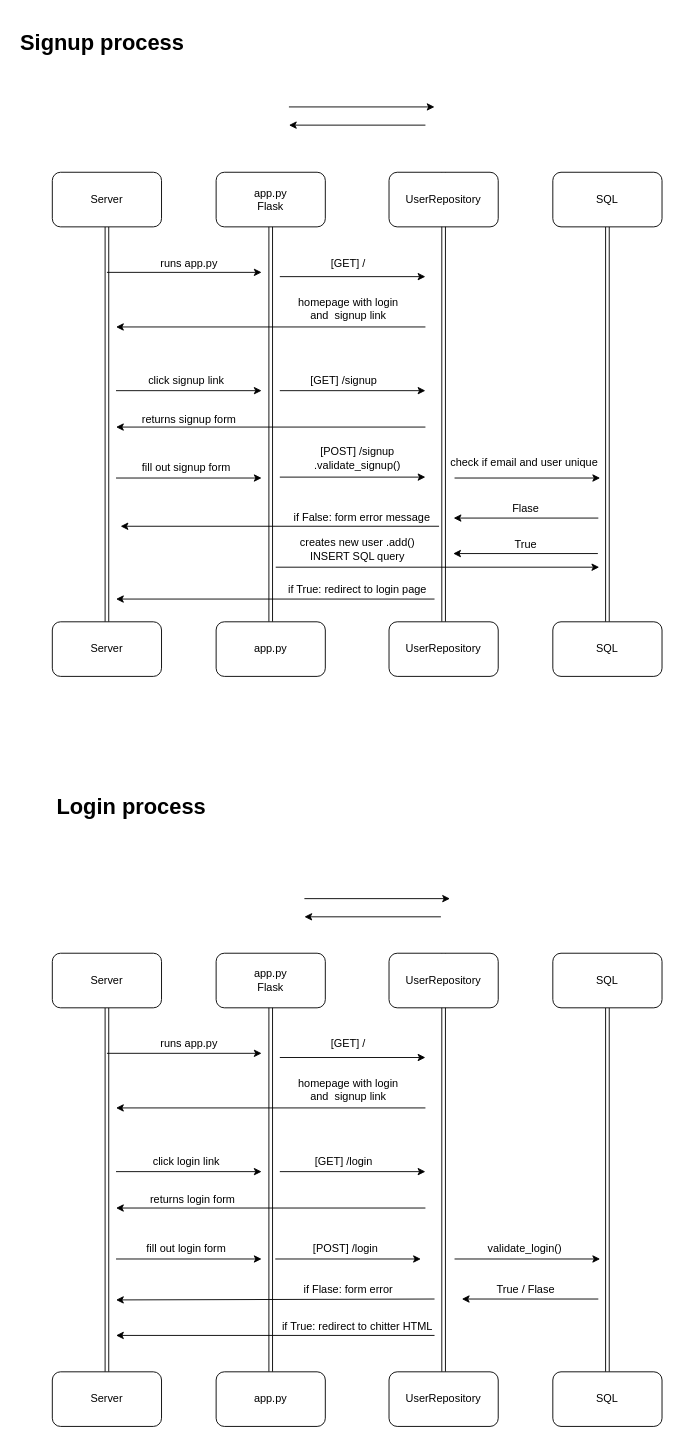
xAmiBa/Chitter_app keeps this draw.io diagram as diagram.drawio. Above is the earlier version. Source tidied: cells renumbered, new cells numbered last; positions are measured from the earlier drawing's top-left corner, leaving out a move shared by most shapes. Both pictures are drawn from the tidied source at 91%, with x=0, y=0 at pixel (15, 25).
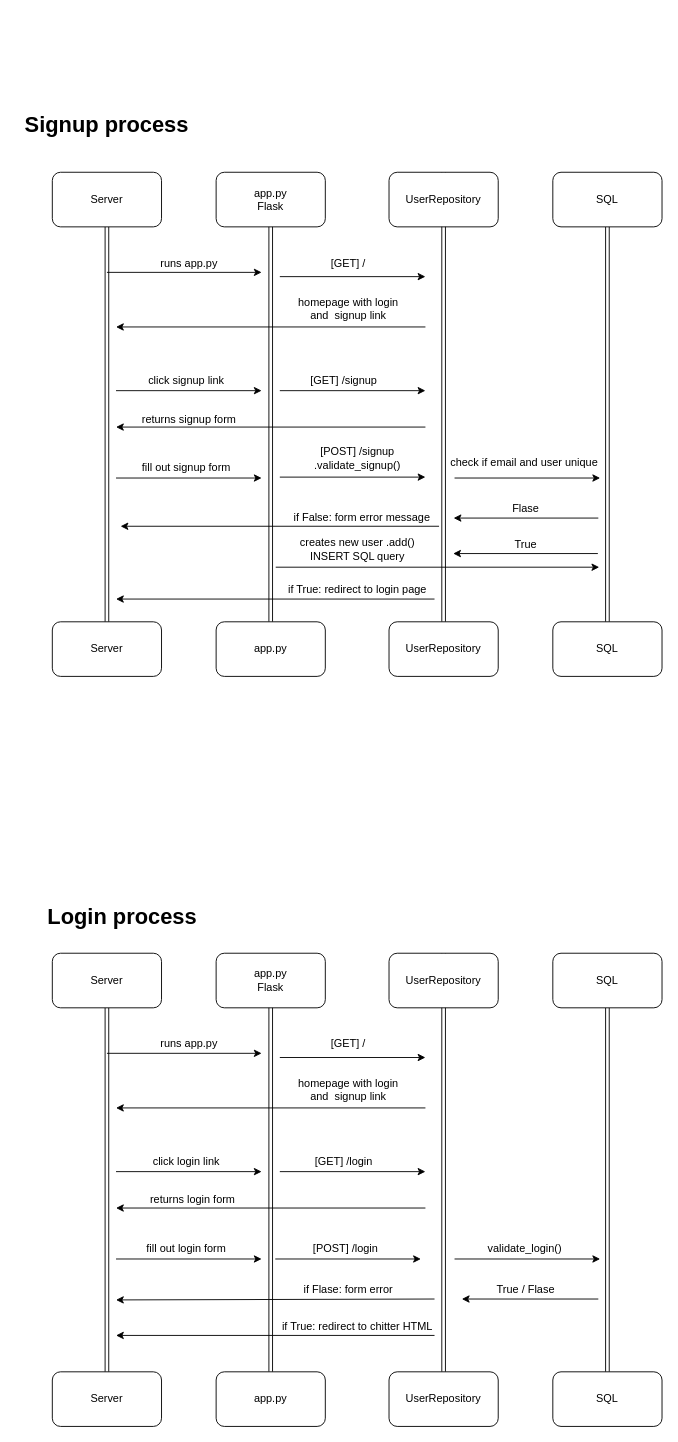
The same page after the edit.

Commit message:
chitter app completed

Diff of the diagram source:
```diff
@@
-    <mxCell id="22" style="endArrow=classic;html=1;" parent="1" edge="1">
-      <mxGeometry relative="1" as="geometry">
-        <mxPoint x="317" y="960" as="sourcePoint" />
-        <mxPoint x="477" y="960" as="targetPoint" />
-      </mxGeometry>
-    </mxCell>
@@
     <mxCell id="33" value="&lt;h1&gt;Login process&lt;/h1&gt;" style="text;html=1;strokeColor=none;fillColor=none;spacing=5;spacingTop=-20;whiteSpace=wrap;overflow=hidden;rounded=0;" parent="1" vertex="1">
-      <mxGeometry x="40" y="840" width="190" height="120" as="geometry" />
+      <mxGeometry x="30" y="960" width="190" height="120" as="geometry" />
     </mxCell>
-    <mxCell id="34" style="endArrow=classic;html=1;" parent="1" edge="1">
-      <mxGeometry relative="1" as="geometry">
-        <mxPoint x="467" y="980" as="sourcePoint" />
-        <mxPoint x="317" y="980" as="targetPoint" />
-      </mxGeometry>
-    </mxCell>
@@
-    <mxCell id="61" style="endArrow=classic;html=1;" parent="1" edge="1">
-      <mxGeometry relative="1" as="geometry">
-        <mxPoint x="300" y="90" as="sourcePoint" />
-        <mxPoint x="460" y="90" as="targetPoint" />
-      </mxGeometry>
-    </mxCell>
@@
     <mxCell id="72" value="&lt;h1&gt;Signup process&lt;/h1&gt;" style="text;html=1;strokeColor=none;fillColor=none;spacing=5;spacingTop=-20;whiteSpace=wrap;overflow=hidden;rounded=0;" parent="1" vertex="1">
-      <mxGeometry width="190" height="120" as="geometry" />
+      <mxGeometry x="5" y="90" width="190" height="120" as="geometry" />
     </mxCell>
-    <mxCell id="73" style="endArrow=classic;html=1;" parent="1" edge="1">
-      <mxGeometry relative="1" as="geometry">
-        <mxPoint x="450" y="110" as="sourcePoint" />
-        <mxPoint x="300" y="110" as="targetPoint" />
-      </mxGeometry>
-    </mxCell>
```
